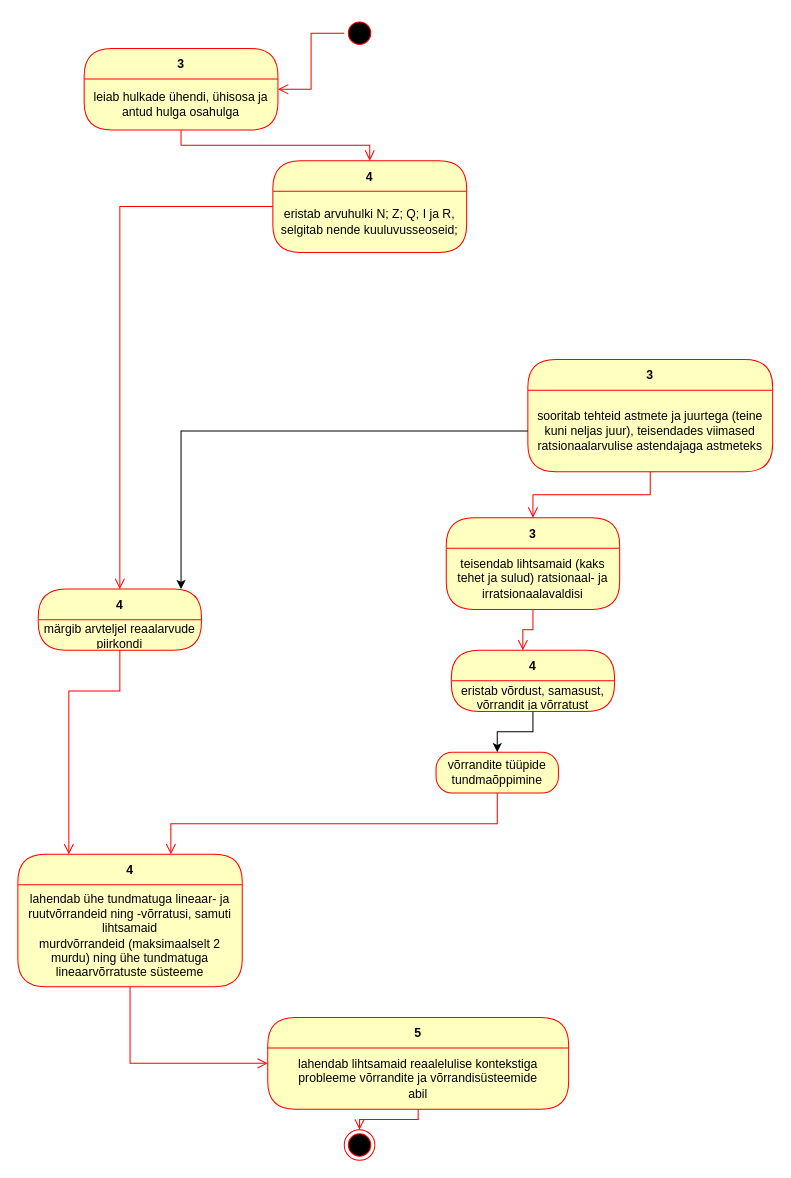
Before: rmd/matemaatika-kitsas-1.drawio in piiskop/matemaatika-kitsas-1, a draw.io diagram. Source tidied: cells renumbered, new cells numbered last; positions are measured from the earlier drawing's top-left corner, leaving out a move shared by most shapes. Both pictures are drawn from the tidied source at 102%, with x=0, y=0 at pixel (17, 17).
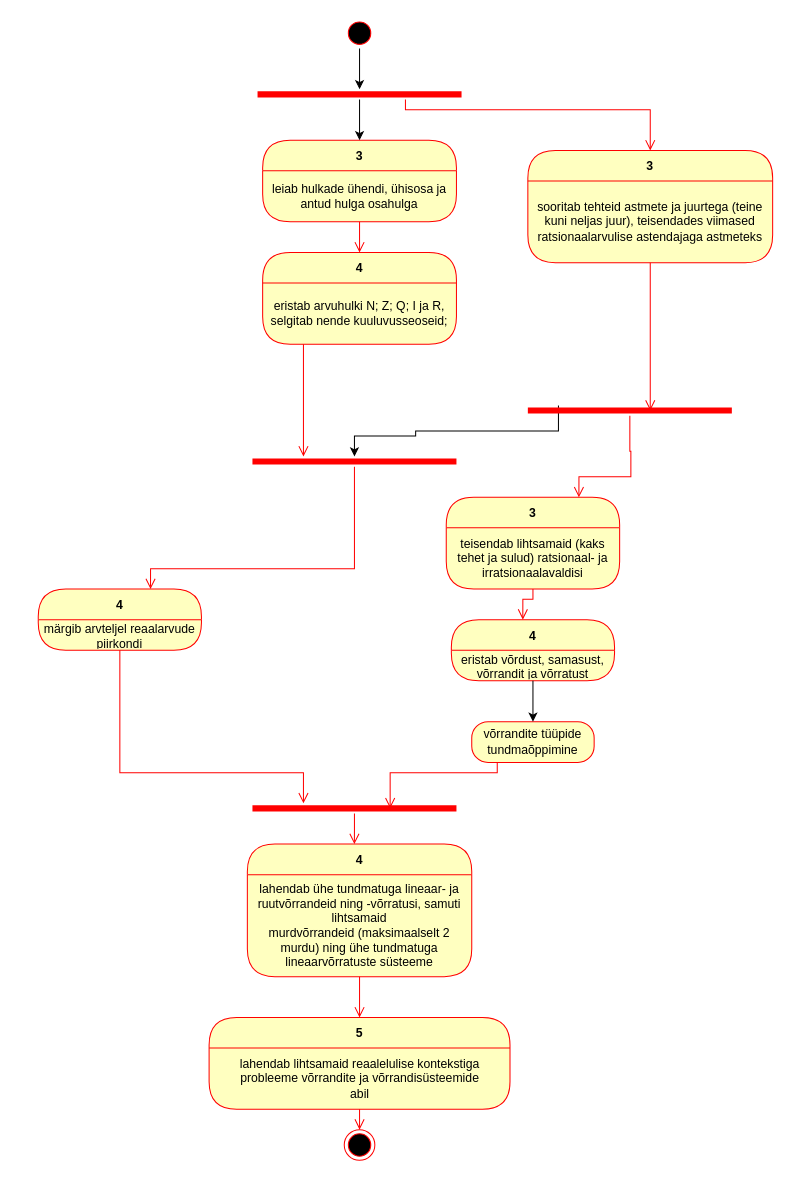
The same diagram, later.

Commit message:
paralleelsed tegevused matemaatika-kitsas-1.drawio

The change refers to these unchanged cells:
```xml
<mxCell id="10" value="sooritab tehteid astmete ja juurtega (teine kuni neljas juur), teisendades viimased&lt;br/&gt;ratsionaalarvulise astendajaga astmeteks" style="text;html=1;strokeColor=none;fillColor=none;align=center;verticalAlign=middle;spacingLeft=4;spacingRight=4;whiteSpace=wrap;overflow=hidden;fontColor=#000000;" parent="9" vertex="1">
  <mxGeometry y="30" width="240" height="80" as="geometry" />
</mxCell>
<mxCell id="17" value="4" style="swimlane;fontStyle=1;align=center;verticalAlign=middle;horizontal=1;startSize=30;fontColor=#000000;rounded=1;arcSize=30;strokeColor=#ff0000;fillColor=#ffffc0;swimlaneFillColor=#ffffc0;" parent="1" vertex="1">
  <mxGeometry x="20" y="560" width="160" height="60" as="geometry" />
</mxCell>
<mxCell id="27" style="ellipse;html=1;shape=startState;fillColor=#000000;strokeColor=#ff0000;" parent="1" vertex="1">
  <mxGeometry x="320" width="30" height="30" as="geometry" />
</mxCell>
```

Change to the diagram source:
```diff
@@
     <mxCell id="3" value="5" style="swimlane;fontStyle=1;align=center;verticalAlign=middle;horizontal=1;startSize=30;fontColor=#000000;rounded=1;arcSize=30;strokeColor=#ff0000;fillColor=#ffffc0;swimlaneFillColor=#ffffc0;" parent="1" vertex="1">
-      <mxGeometry x="245" y="980" width="295" height="90" as="geometry" />
+      <mxGeometry x="187.5" y="980" width="295" height="90" as="geometry" />
     </mxCell>
@@
     <mxCell id="6" value="3" style="swimlane;fontStyle=1;align=center;verticalAlign=middle;horizontal=1;startSize=30;fontColor=#000000;rounded=1;arcSize=30;strokeColor=#ff0000;fillColor=#ffffc0;swimlaneFillColor=#ffffc0;" parent="1" vertex="1">
-      <mxGeometry x="420" y="490" width="170" height="90" as="geometry" />
+      <mxGeometry x="420" y="470" width="170" height="90" as="geometry" />
     </mxCell>
@@
     <mxCell id="8" style="edgeStyle=orthogonalEdgeStyle;html=1;verticalAlign=bottom;endArrow=open;endSize=8;strokeColor=#ff0000;rounded=0;entryX=0.438;entryY=0;entryDx=0;entryDy=0;entryPerimeter=0;" parent="1" edge="1" source="6" target="15">
-      <mxGeometry relative="1" as="geometry" />
+      <mxGeometry relative="1" as="geometry">
+        <Array as="points">
+          <mxPoint x="505" y="570" />
+          <mxPoint x="495" y="570" />
+        </Array>
+      </mxGeometry>
     </mxCell>
     <mxCell id="9" value="3" style="swimlane;fontStyle=1;align=center;verticalAlign=middle;horizontal=1;startSize=30;fontColor=#000000;rounded=1;arcSize=30;strokeColor=#ff0000;fillColor=#ffffc0;swimlaneFillColor=#ffffc0;" parent="1" vertex="1">
-      <mxGeometry x="500" y="335" width="240" height="110" as="geometry" />
+      <mxGeometry x="500" y="130" width="240" height="110" as="geometry" />
     </mxCell>
@@
-    <mxCell id="11" style="edgeStyle=orthogonalEdgeStyle;html=1;verticalAlign=bottom;endArrow=open;endSize=8;strokeColor=#ff0000;rounded=0;" parent="1" edge="1" source="9" target="6">
-      <mxGeometry relative="1" as="geometry" />
+    <mxCell id="11" style="edgeStyle=orthogonalEdgeStyle;html=1;verticalAlign=bottom;endArrow=open;endSize=8;strokeColor=#ff0000;rounded=0;entryX=0.6;entryY=0.5;entryDx=0;entryDy=0;entryPerimeter=0;" parent="1" edge="1" source="9" target="39">
+      <mxGeometry relative="1" as="geometry">
+        <Array as="points">
+          <mxPoint x="620" y="350" />
+          <mxPoint x="620" y="350" />
+        </Array>
+      </mxGeometry>
     </mxCell>
     <mxCell id="12" value="4" style="swimlane;fontStyle=1;align=center;verticalAlign=middle;horizontal=1;startSize=30;fontColor=#000000;rounded=1;arcSize=30;strokeColor=#ff0000;fillColor=#ffffc0;swimlaneFillColor=#ffffc0;" parent="1" vertex="1">
-      <mxGeometry y="820" width="220" height="130" as="geometry" />
+      <mxGeometry x="225" y="810" width="220" height="130" as="geometry" />
     </mxCell>
@@
     <mxCell id="14" style="edgeStyle=orthogonalEdgeStyle;html=1;verticalAlign=bottom;endArrow=open;endSize=8;strokeColor=#ff0000;rounded=0;" parent="1" edge="1" source="12" target="3">
       <mxGeometry relative="1" as="geometry">
         <Array as="points">
-          <mxPoint x="110" y="880" />
+          <mxPoint x="335" y="960" />
+          <mxPoint x="335" y="960" />
         </Array>
       </mxGeometry>
     </mxCell>
     <mxCell id="15" value="4" style="swimlane;fontStyle=1;align=center;verticalAlign=middle;horizontal=1;startSize=30;fontColor=#000000;rounded=1;arcSize=30;strokeColor=#ff0000;fillColor=#ffffc0;swimlaneFillColor=#ffffc0;" parent="1" vertex="1">
-      <mxGeometry x="425" y="620" width="160" height="60" as="geometry" />
+      <mxGeometry x="425" y="590" width="160" height="60" as="geometry" />
     </mxCell>
@@
-    <mxCell id="19" style="edgeStyle=orthogonalEdgeStyle;html=1;verticalAlign=bottom;endArrow=open;endSize=8;strokeColor=#ff0000;rounded=0;" parent="1" edge="1" source="17" target="12">
+    <mxCell id="19" style="edgeStyle=orthogonalEdgeStyle;html=1;verticalAlign=bottom;endArrow=open;endSize=8;strokeColor=#ff0000;rounded=0;entryX=0.25;entryY=0;entryDx=0;entryDy=0;entryPerimeter=0;" parent="1" edge="1" source="17" target="41">
       <mxGeometry relative="1" as="geometry">
         <Array as="points">
-          <mxPoint x="100" y="660" />
-          <mxPoint x="50" y="660" />
+          <mxPoint x="100" y="740" />
+          <mxPoint x="280" y="740" />
         </Array>
       </mxGeometry>
     </mxCell>
     <mxCell id="20" value="4" style="swimlane;fontStyle=1;align=center;verticalAlign=middle;horizontal=1;startSize=30;fontColor=#000000;rounded=1;arcSize=30;strokeColor=#ff0000;fillColor=#ffffc0;swimlaneFillColor=#ffffc0;" parent="1" vertex="1">
-      <mxGeometry x="250" y="140" width="190" height="90" as="geometry" />
+      <mxGeometry x="240" y="230" width="190" height="90" as="geometry" />
     </mxCell>
@@
-    <mxCell id="22" style="edgeStyle=orthogonalEdgeStyle;html=1;verticalAlign=bottom;endArrow=open;endSize=8;strokeColor=#ff0000;rounded=0;" parent="1" edge="1" source="20" target="17">
-      <mxGeometry relative="1" as="geometry" />
+    <mxCell id="22" style="edgeStyle=orthogonalEdgeStyle;html=1;verticalAlign=bottom;endArrow=open;endSize=8;strokeColor=#ff0000;rounded=0;entryX=0.25;entryY=0;entryDx=0;entryDy=0;entryPerimeter=0;" parent="1" edge="1" source="20" target="33">
+      <mxGeometry relative="1" as="geometry">
+        <Array as="points">
+          <mxPoint x="280" y="320" />
+          <mxPoint x="280" y="320" />
+        </Array>
+      </mxGeometry>
     </mxCell>
     <mxCell id="23" value="3" style="swimlane;fontStyle=1;align=center;verticalAlign=middle;horizontal=1;startSize=30;fontColor=#000000;rounded=1;arcSize=30;strokeColor=#ff0000;fillColor=#ffffc0;swimlaneFillColor=#ffffc0;" parent="1" vertex="1">
-      <mxGeometry x="65" y="30" width="190" height="80" as="geometry" />
+      <mxGeometry x="240" y="120" width="190" height="80" as="geometry" />
     </mxCell>
@@
-    <mxCell id="28" style="edgeStyle=orthogonalEdgeStyle;html=1;verticalAlign=bottom;endArrow=open;endSize=8;strokeColor=#ff0000;rounded=0;" parent="1" edge="1" source="27" target="23">
-      <mxGeometry relative="1" as="geometry" />
-    </mxCell>
-    <mxCell id="29" style="edgeStyle=orthogonalEdgeStyle;rounded=0;jettySize=auto;html=1;" parent="1" edge="1" source="10" target="17">
+    <mxCell id="29" style="edgeStyle=orthogonalEdgeStyle;rounded=0;jettySize=auto;html=1;exitX=0.15;exitY=0;exitDx=0;exitDy=0;exitPerimeter=0;" parent="1" edge="1" source="39" target="33">
       <mxGeometry relative="1" as="geometry">
         <Array as="points">
-          <mxPoint x="160" y="405" />
+          <mxPoint x="530" y="405" />
+          <mxPoint x="390" y="405" />
+          <mxPoint x="390" y="410" />
+          <mxPoint x="330" y="410" />
         </Array>
       </mxGeometry>
     </mxCell>
     <mxCell id="30" value="võrrandite tüüpide tundmaõppimine" style="rounded=1;whiteSpace=wrap;html=1;arcSize=40;fontColor=#000000;fillColor=#ffffc0;strokeColor=#ff0000;" parent="1" vertex="1">
-      <mxGeometry x="410" y="720" width="120" height="40" as="geometry" />
+      <mxGeometry x="445" y="690" width="120" height="40" as="geometry" />
     </mxCell>
-    <mxCell id="31" style="edgeStyle=orthogonalEdgeStyle;html=1;verticalAlign=bottom;endArrow=open;endSize=8;strokeColor=#ff0000;rounded=0;entryX=0.682;entryY=0;entryDx=0;entryDy=0;entryPerimeter=0;" parent="1" edge="1" source="30" target="12">
+    <mxCell id="31" style="edgeStyle=orthogonalEdgeStyle;html=1;verticalAlign=bottom;endArrow=open;endSize=8;strokeColor=#ff0000;rounded=0;entryX=0.675;entryY=0.5;entryDx=0;entryDy=0;entryPerimeter=0;" parent="1" edge="1" source="30" target="41">
       <mxGeometry relative="1" as="geometry">
         <Array as="points">
-          <mxPoint x="470" y="790" />
-          <mxPoint x="150" y="790" />
+          <mxPoint x="470" y="740" />
+          <mxPoint x="365" y="740" />
         </Array>
       </mxGeometry>
     </mxCell>
@@
+    <mxCell id="33" style="shape=line;html=1;strokeWidth=6;strokeColor=#ff0000;" parent="1" vertex="1">
+      <mxGeometry x="230" y="430" width="200" height="10" as="geometry" />
+    </mxCell>
+    <mxCell id="34" style="edgeStyle=orthogonalEdgeStyle;html=1;verticalAlign=bottom;endArrow=open;endSize=8;strokeColor=#ff0000;rounded=0;entryX=0.688;entryY=0;entryDx=0;entryDy=0;entryPerimeter=0;" parent="1" edge="1" source="33" target="17">
+      <mxGeometry relative="1" as="geometry">
+        <Array as="points">
+          <mxPoint x="330" y="540" />
+          <mxPoint x="130" y="540" />
+        </Array>
+      </mxGeometry>
+    </mxCell>
+    <mxCell id="35" style="edgeStyle=orthogonalEdgeStyle;rounded=0;jettySize=auto;html=1;" parent="1" edge="1" source="36" target="23">
+      <mxGeometry relative="1" as="geometry" />
+    </mxCell>
+    <mxCell id="36" style="shape=line;html=1;strokeWidth=6;strokeColor=#ff0000;" parent="1" vertex="1">
+      <mxGeometry x="235" y="70" width="200" height="10" as="geometry" />
+    </mxCell>
+    <mxCell id="37" style="edgeStyle=orthogonalEdgeStyle;html=1;verticalAlign=bottom;endArrow=open;endSize=8;strokeColor=#ff0000;rounded=0;entryX=0.5;entryY=0;entryDx=0;entryDy=0;entryPerimeter=0;" parent="1" edge="1" source="36" target="9">
+      <mxGeometry relative="1" as="geometry">
+        <Array as="points">
+          <mxPoint x="380" y="90" />
+          <mxPoint x="620" y="90" />
+        </Array>
+      </mxGeometry>
+    </mxCell>
+    <mxCell id="38" style="edgeStyle=orthogonalEdgeStyle;rounded=0;jettySize=auto;html=1;entryX=0.5;entryY=0;entryDx=0;entryDy=0;entryPerimeter=0;" parent="1" edge="1" source="27" target="36">
+      <mxGeometry relative="1" as="geometry" />
+    </mxCell>
+    <mxCell id="39" style="shape=line;html=1;strokeWidth=6;strokeColor=#ff0000;" parent="1" vertex="1">
+      <mxGeometry x="500" y="380" width="200" height="10" as="geometry" />
+    </mxCell>
+    <mxCell id="40" style="edgeStyle=orthogonalEdgeStyle;html=1;verticalAlign=bottom;endArrow=open;endSize=8;strokeColor=#ff0000;rounded=0;entryX=0.765;entryY=0;entryDx=0;entryDy=0;entryPerimeter=0;" parent="1" edge="1" source="39" target="6">
+      <mxGeometry relative="1" as="geometry">
+        <Array as="points">
+          <mxPoint x="600" y="425" />
+          <mxPoint x="601" y="425" />
+          <mxPoint x="601" y="450" />
+          <mxPoint x="550" y="450" />
+        </Array>
+      </mxGeometry>
+    </mxCell>
+    <mxCell id="41" style="shape=line;html=1;strokeWidth=6;strokeColor=#ff0000;" parent="1" vertex="1">
+      <mxGeometry x="230" y="770" width="200" height="10" as="geometry" />
+    </mxCell>
+    <mxCell id="42" style="edgeStyle=orthogonalEdgeStyle;html=1;verticalAlign=bottom;endArrow=open;endSize=8;strokeColor=#ff0000;rounded=0;entryX=0.477;entryY=0;entryDx=0;entryDy=0;entryPerimeter=0;" parent="1" edge="1" source="41" target="12">
+      <mxGeometry relative="1" as="geometry" />
+    </mxCell>
```
